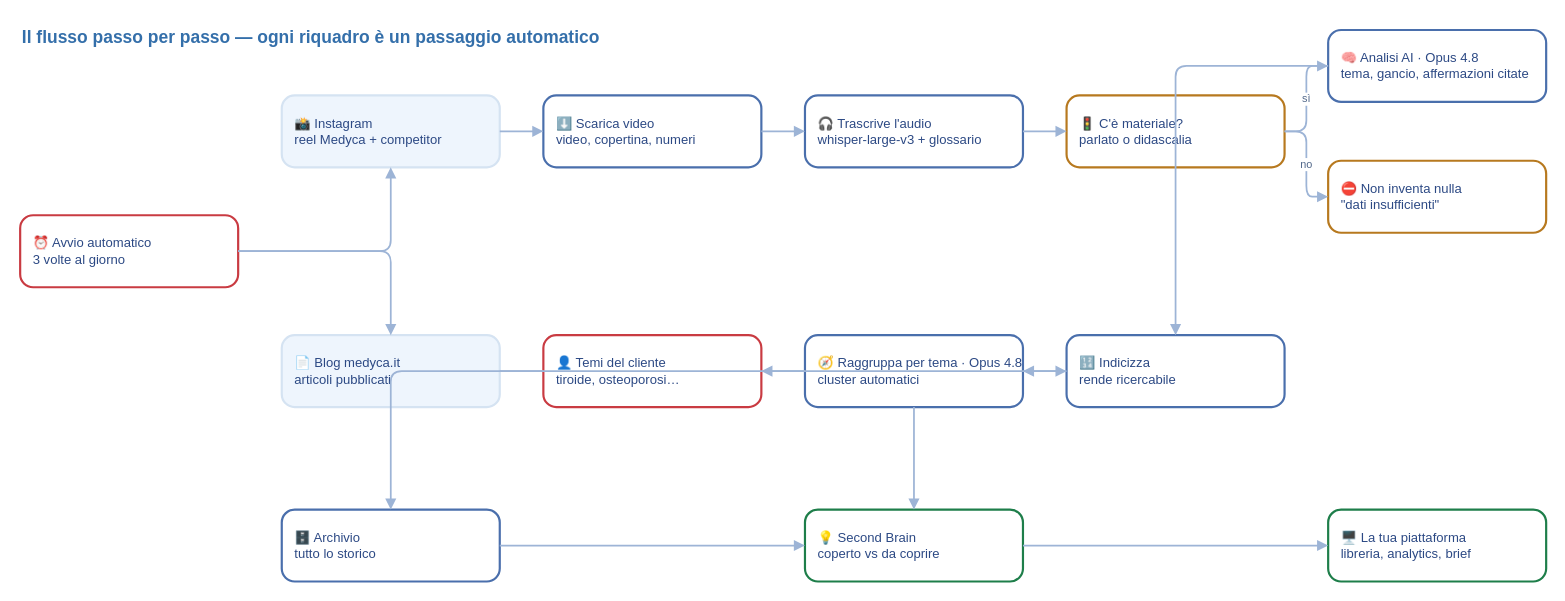
The draw.io diagram page "3 · Flusso (stile n8n)" (3 of 3) of docs/medycabrain-pipeline-cliente.drawio in Giuseppescaffid1/medycabrain, before the edit. Source tidied: cells renumbered, new cells numbered last; positions are measured from the earlier drawing's top-left corner, leaving out a move shared by most shapes. Both pictures are drawn from the tidied source at 109%, with x=0, y=0 at pixel (20, 19).
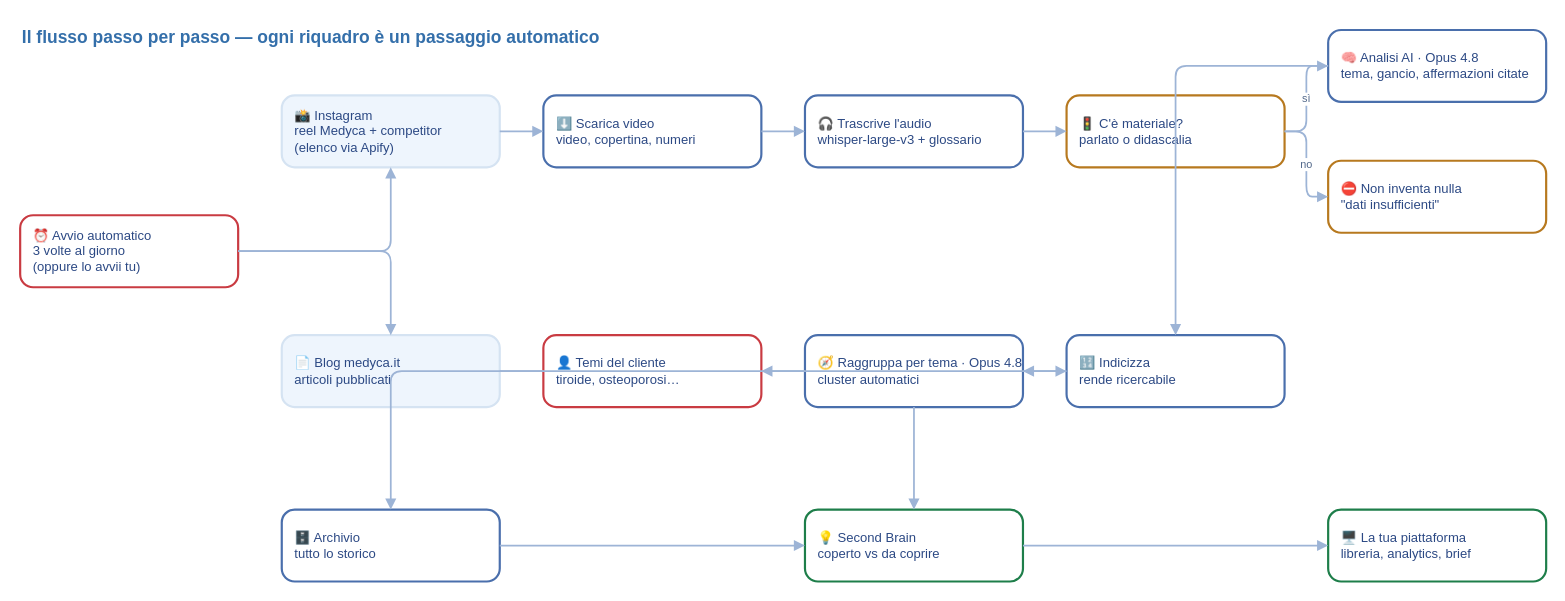
Above is the later version.

What changed in the source:
```diff
@@
-    <mxCell id="3" value="⏰ Avvio automatico&#10;3 volte al giorno" style="rounded=1;whiteSpace=wrap;html=1;arcSize=18;fillColor=#FFFFFF;strokeColor=#C93B42;strokeWidth=2;fontColor=#2C4984;fontSize=12;align=left;spacingLeft=10;verticalAlign=middle;" parent="1" vertex="1">
+    <mxCell id="3" value="⏰ Avvio automatico&#10;3 volte al giorno&#10;(oppure lo avvii tu)" style="rounded=1;whiteSpace=wrap;html=1;arcSize=18;fillColor=#FFFFFF;strokeColor=#C93B42;strokeWidth=2;fontColor=#2C4984;fontSize=12;align=left;spacingLeft=10;verticalAlign=middle;" parent="1" vertex="1">
       <mxGeometry y="180" width="200" height="66" as="geometry" />
     </mxCell>
-    <mxCell id="4" value="📸 Instagram&#10;reel Medyca + competitor" style="rounded=1;whiteSpace=wrap;html=1;arcSize=18;fillColor=#EEF5FD;strokeColor=#D5E3F2;strokeWidth=2;fontColor=#2C4984;fontSize=12;align=left;spacingLeft=10;verticalAlign=middle;" parent="1" vertex="1">
+    <mxCell id="4" value="📸 Instagram&#10;reel Medyca + competitor&#10;(elenco via Apify)" style="rounded=1;whiteSpace=wrap;html=1;arcSize=18;fillColor=#EEF5FD;strokeColor=#D5E3F2;strokeWidth=2;fontColor=#2C4984;fontSize=12;align=left;spacingLeft=10;verticalAlign=middle;" parent="1" vertex="1">
       <mxGeometry x="240" y="70" width="200" height="66" as="geometry" />
     </mxCell>
```
